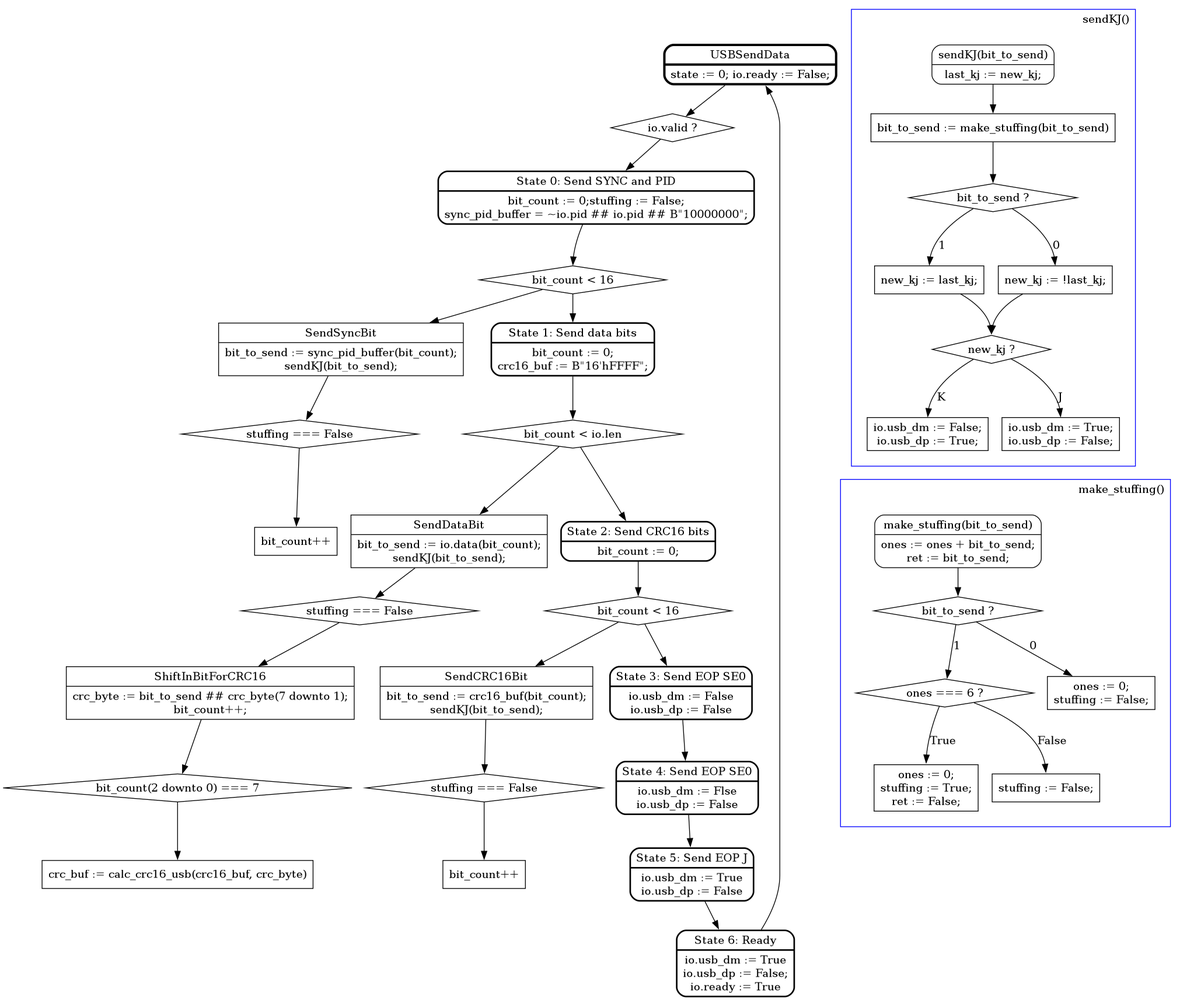
Before: doc/graphs/USB10/USBSendData.png, a diagram exported from Graphviz (pointcheck/KarnixSOC). Its source is kept beside it as doc/graphs/USB10/USBSendData.dot.
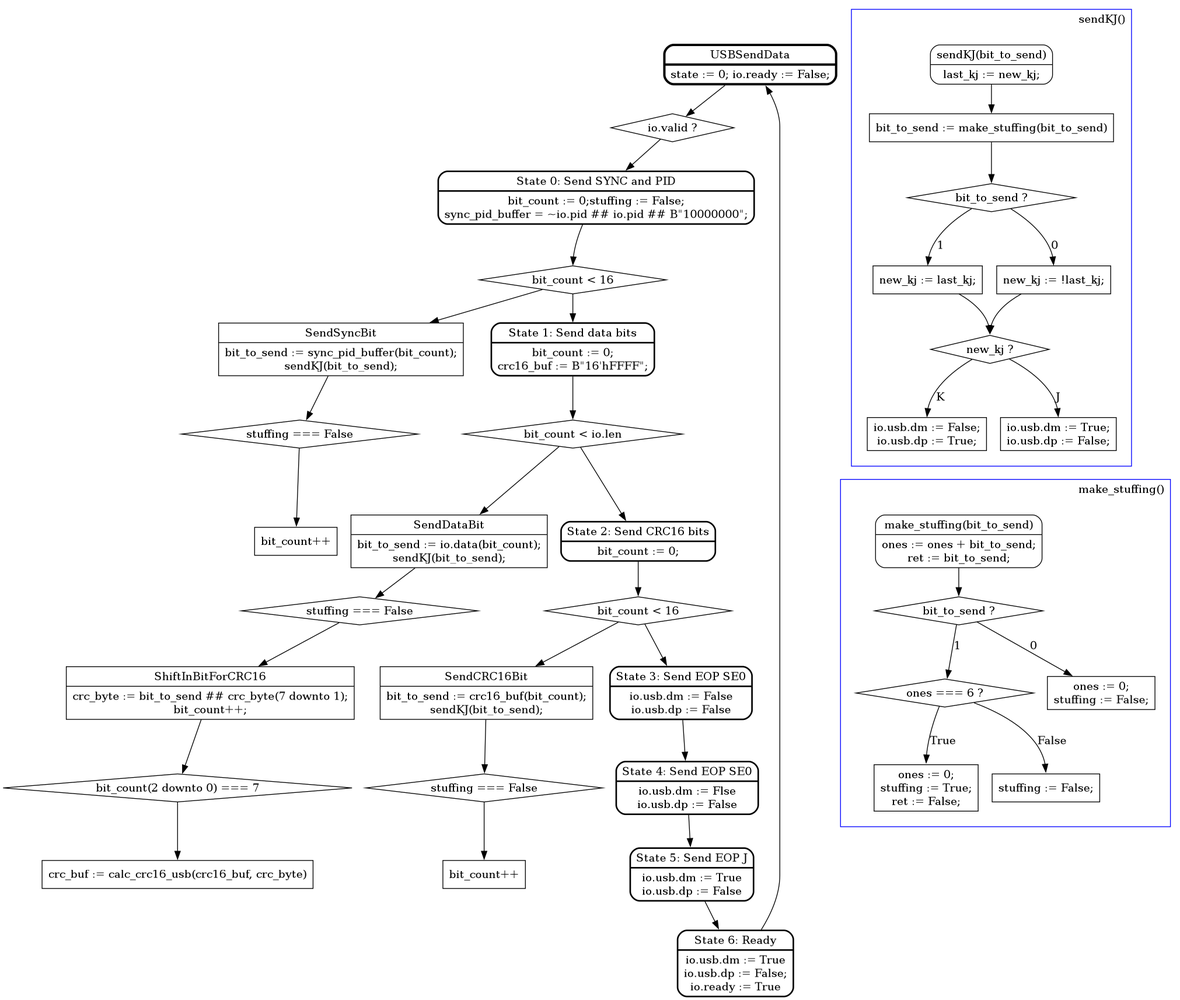
Later version of the same file.

Change to the diagram source:
```diff
@@ -36,13 +36,13 @@
 	SendCRC16IsStuffing -> SendCRC16Count; SendCRC16Count [shape = box, label = "bit_count++"];
 
 	SendCRC16LessThan16_box -> SendEOP_EOP1;
-	SendEOP_EOP1 [penwidth=2, label = "{State 3: Send EOP SE0|io.usb_dm := False\nio.usb_dp := False}"];
+	SendEOP_EOP1 [penwidth=2, label = "{State 3: Send EOP SE0|io.usb.dm := False\nio.usb.dp := False}"];
 	SendEOP_EOP1 -> SendEOP_EOP2
-	SendEOP_EOP2 [penwidth=2, label = "{State 4: Send EOP SE0|io.usb_dm := Flse\nio.usb_dp := False}"];
+	SendEOP_EOP2 [penwidth=2, label = "{State 4: Send EOP SE0|io.usb.dm := Flse\nio.usb.dp := False}"];
 	SendEOP_EOP2 -> SendEOP_EOP3
-	SendEOP_EOP3 [penwidth=2, label = "{State 5: Send EOP J|io.usb_dm := True\nio.usb_dp := False}"];
+	SendEOP_EOP3 [penwidth=2, label = "{State 5: Send EOP J|io.usb.dm := True\nio.usb.dp := False}"];
 	SendEOP_EOP3 -> Ready
-	Ready [penwidth=2, label = "{State 6: Ready|io.usb_dm := True\nio.usb_dp := False;\nio.ready := True}"];
+	Ready [penwidth=2, label = "{State 6: Ready|io.usb.dm := True\nio.usb.dp := False;\nio.ready := True}"];
 	Ready -> Init
 
 	subgraph cluster_1 {
@@ -64,8 +64,8 @@
 		sendKJ_symbol [shape = diamond, label = "new_kj ?"];
 		sendKJ_symbol -> sendKJ_symbolK:n [label = "K"];
 		sendKJ_symbol -> sendKJ_symbolJ:n [label = "J"];
-		sendKJ_symbolK [shape = box, label = "io.usb_dm := False;\nio.usb_dp := True;"];
-		sendKJ_symbolJ [shape = box, label = "io.usb_dm := True;\nio.usb_dp := False;"];
+		sendKJ_symbolK [shape = box, label = "io.usb.dm := False;\nio.usb.dp := True;"];
+		sendKJ_symbolJ [shape = box, label = "io.usb.dm := True;\nio.usb.dp := False;"];
 	}
 
 	sendKJ_symbolK -> make_stuffing [style = invis];
```
